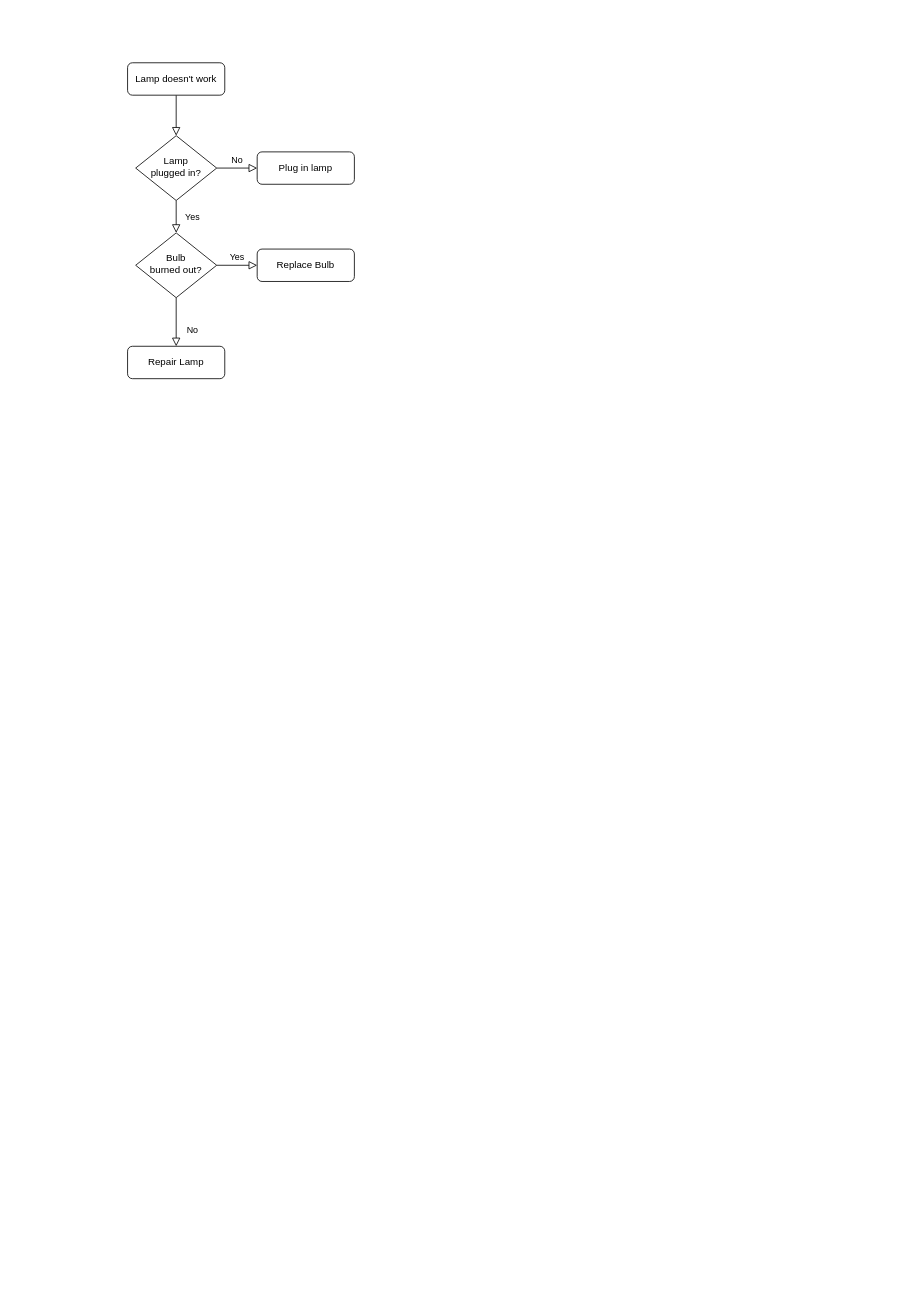
Above: 调课.drawio in innocence23/diagrams (draw.io), before the change. Source tidied: cells renumbered, new cells numbered last; positions are measured from the earlier drawing's top-left corner, leaving out a move shared by most shapes. Both pictures are drawn from the tidied source at 81%, with x=0, y=0 at pixel (127, 62).
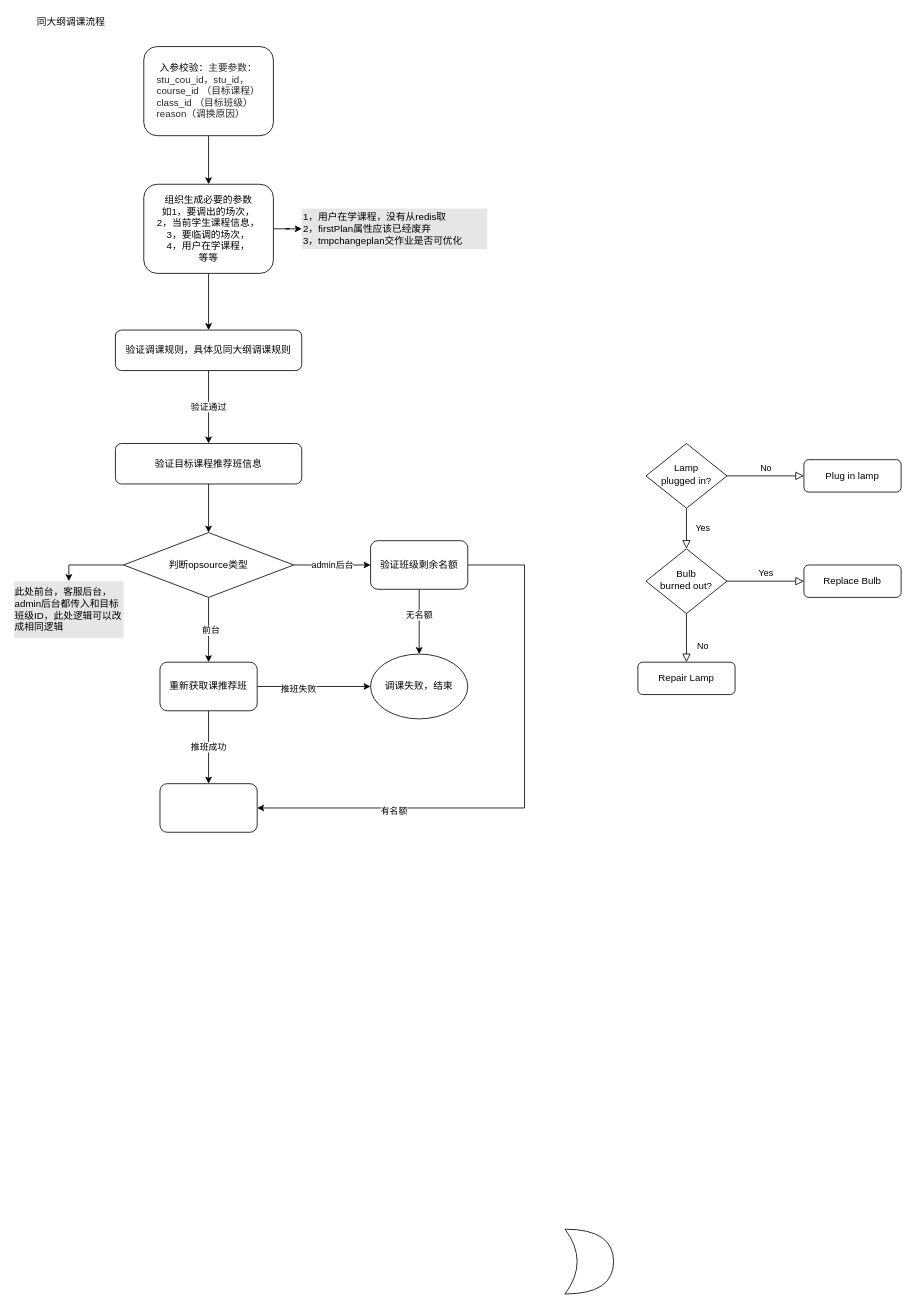
The same diagram, later.

Change to the diagram source:
```diff
@@
-    <mxCell id="2" style="rounded=0;html=1;jettySize=auto;fontSize=11;endArrow=block;endFill=0;endSize=8;strokeWidth=1;shadow=0;labelBackgroundColor=none;edgeStyle=orthogonalEdgeStyle;" parent="1" edge="1" source="3" target="6">
-      <mxGeometry relative="1" as="geometry" />
-    </mxCell>
+    <mxCell id="13" style="edgeStyle=orthogonalEdgeStyle;rounded=0;jettySize=auto;html=1;" parent="1" edge="1" source="3" target="17">
+      <mxGeometry relative="1" as="geometry" />
+    </mxCell>
-    <mxCell id="3" value="Lamp doesn't work" style="rounded=1;whiteSpace=wrap;html=1;fontSize=12;glass=0;strokeWidth=1;shadow=0;" parent="1" vertex="1">
-      <mxGeometry width="120" height="40" as="geometry" />
+    <mxCell id="3" value="&lt;div&gt;&lt;span&gt;入参校验：&lt;/span&gt;&lt;span style=&quot;color: rgba(0 , 0 , 0 , 0.847)&quot;&gt;主要参数：&lt;/span&gt;&lt;/div&gt;&lt;div style=&quot;text-align: left ; color: rgba(0 , 0 , 0 , 0.847)&quot;&gt;stu_cou_id，stu_id，&lt;/div&gt;&lt;div style=&quot;text-align: left ; color: rgba(0 , 0 , 0 , 0.847)&quot;&gt;course_id （目标课程）&lt;/div&gt;&lt;div style=&quot;text-align: left ; color: rgba(0 , 0 , 0 , 0.847)&quot;&gt;class_id （目标班级）&lt;/div&gt;&lt;div style=&quot;text-align: left ; color: rgba(0 , 0 , 0 , 0.847)&quot;&gt;reason（调换原因）&lt;/div&gt;" style="rounded=1;whiteSpace=wrap;html=1;fontSize=12;glass=0;strokeWidth=1;shadow=0;align=center;" parent="1" vertex="1">
+      <mxGeometry x="20" y="-20" width="160" height="110" as="geometry" />
     </mxCell>
@@
     <mxCell id="6" value="Lamp&lt;br&gt;plugged in?" style="rhombus;whiteSpace=wrap;html=1;shadow=0;fontFamily=Helvetica;fontSize=12;align=center;strokeWidth=1;spacing=6;spacingTop=-4;" parent="1" vertex="1">
-      <mxGeometry x="10" y="90" width="100" height="80" as="geometry" />
+      <mxGeometry x="640" y="470" width="100" height="80" as="geometry" />
     </mxCell>
     <mxCell id="7" value="Plug in lamp" style="rounded=1;whiteSpace=wrap;html=1;fontSize=12;glass=0;strokeWidth=1;shadow=0;" parent="1" vertex="1">
-      <mxGeometry x="160" y="110" width="120" height="40" as="geometry" />
+      <mxGeometry x="835" y="490" width="120" height="40" as="geometry" />
     </mxCell>
@@
     <mxCell id="10" value="Bulb&lt;br&gt;burned out?" style="rhombus;whiteSpace=wrap;html=1;shadow=0;fontFamily=Helvetica;fontSize=12;align=center;strokeWidth=1;spacing=6;spacingTop=-4;" parent="1" vertex="1">
-      <mxGeometry x="10" y="210" width="100" height="80" as="geometry" />
+      <mxGeometry x="640" y="600" width="100" height="80" as="geometry" />
     </mxCell>
     <mxCell id="11" value="Repair Lamp" style="rounded=1;whiteSpace=wrap;html=1;fontSize=12;glass=0;strokeWidth=1;shadow=0;" parent="1" vertex="1">
-      <mxGeometry y="350" width="120" height="40" as="geometry" />
+      <mxGeometry x="630" y="740" width="120" height="40" as="geometry" />
     </mxCell>
     <mxCell id="12" value="Replace Bulb" style="rounded=1;whiteSpace=wrap;html=1;fontSize=12;glass=0;strokeWidth=1;shadow=0;" parent="1" vertex="1">
-      <mxGeometry x="160" y="230" width="120" height="40" as="geometry" />
+      <mxGeometry x="835" y="620" width="120" height="40" as="geometry" />
     </mxCell>
+    <mxCell id="14" value="同大纲调课流程" style="text;html=1;align=center;verticalAlign=middle;" parent="1" vertex="1">
+      <mxGeometry x="-120" y="-60" width="100" height="20" as="geometry" />
+    </mxCell>
+    <mxCell id="15" style="edgeStyle=orthogonalEdgeStyle;rounded=0;jettySize=auto;html=1;" parent="1" edge="1" source="17" target="19">
+      <mxGeometry relative="1" as="geometry" />
+    </mxCell>
+    <mxCell id="16" style="edgeStyle=orthogonalEdgeStyle;rounded=0;jettySize=auto;html=1;exitX=1;exitY=0.5;exitDx=0;exitDy=0;" parent="1" edge="1" source="17" target="20">
+      <mxGeometry relative="1" as="geometry" />
+    </mxCell>
+    <mxCell id="17" value="组织生成必要的参数&lt;br&gt;如1，要调出的场次，&lt;br&gt;2，当前学生课程信息，&lt;br&gt;3，要临调的场次，&lt;br&gt;4，用户在学课程，&lt;br&gt;等等" style="rounded=1;whiteSpace=wrap;html=1;fontSize=12;glass=0;strokeWidth=1;shadow=0;align=center;" parent="1" vertex="1">
+      <mxGeometry x="20" y="150" width="160" height="110" as="geometry" />
+    </mxCell>
+    <mxCell id="18" value="验证通过" style="edgeStyle=orthogonalEdgeStyle;rounded=0;jettySize=auto;html=1;" parent="1" edge="1" source="19" target="22">
+      <mxGeometry relative="1" as="geometry">
+        <Array as="points">
+          <mxPoint x="100" y="420" />
+          <mxPoint x="100" y="420" />
+        </Array>
+      </mxGeometry>
+    </mxCell>
+    <mxCell id="19" value="&lt;div style=&quot;text-align: center&quot;&gt;&lt;span style=&quot;text-align: left&quot;&gt;验证调课规则，具体见同大纲调课规则&lt;/span&gt;&lt;br&gt;&lt;/div&gt;" style="rounded=1;whiteSpace=wrap;html=1;fontSize=12;glass=0;strokeWidth=1;shadow=0;align=center;" parent="1" vertex="1">
+      <mxGeometry x="-15" y="330" width="230" height="50" as="geometry" />
+    </mxCell>
+    <mxCell id="20" value="1，用户在学课程，没有从redis取&lt;br&gt;2，firstPlan属性应该已经废弃&lt;br&gt;&lt;div&gt;&lt;span&gt;3，tmpchangeplan交作业是否可优化&lt;/span&gt;&lt;/div&gt;" style="text;html=1;strokeColor=none;fillColor=#E6E6E6;align=left;verticalAlign=middle;whiteSpace=wrap;rounded=0;" parent="1" vertex="1">
+      <mxGeometry x="215" y="180" width="229" height="50" as="geometry" />
+    </mxCell>
+    <mxCell id="21" style="edgeStyle=orthogonalEdgeStyle;rounded=0;jettySize=auto;html=1;" parent="1" edge="1" source="22" target="27">
+      <mxGeometry relative="1" as="geometry" />
+    </mxCell>
+    <mxCell id="22" value="&lt;div style=&quot;text-align: left&quot;&gt;验证目标课程推荐班信息&lt;/div&gt;" style="rounded=1;whiteSpace=wrap;html=1;fontSize=12;glass=0;strokeWidth=1;shadow=0;align=center;" parent="1" vertex="1">
+      <mxGeometry x="-15" y="470" width="230" height="50" as="geometry" />
+    </mxCell>
+    <mxCell id="23" style="edgeStyle=orthogonalEdgeStyle;rounded=0;jettySize=auto;html=1;entryX=0.5;entryY=0;entryDx=0;entryDy=0;" parent="1" edge="1" source="27" target="36">
+      <mxGeometry relative="1" as="geometry" />
+    </mxCell>
+    <mxCell id="24" value="前台" style="edgeLabel;html=1;align=center;verticalAlign=middle;" parent="23" vertex="1">
+      <mxGeometry y="2" relative="1" as="geometry" />
+    </mxCell>
+    <mxCell id="25" value="admin后台" style="edgeStyle=orthogonalEdgeStyle;rounded=0;jettySize=auto;html=1;exitX=1;exitY=0.5;exitDx=0;exitDy=0;entryX=0;entryY=0.5;entryDx=0;entryDy=0;" parent="1" edge="1" source="27" target="32">
+      <mxGeometry relative="1" as="geometry" />
+    </mxCell>
+    <mxCell id="26" style="edgeStyle=orthogonalEdgeStyle;rounded=0;jettySize=auto;html=1;exitX=0;exitY=0.5;exitDx=0;exitDy=0;entryX=0.5;entryY=0;entryDx=0;entryDy=0;" parent="1" edge="1" source="27" target="40">
+      <mxGeometry relative="1" as="geometry" />
+    </mxCell>
+    <mxCell id="27" value="判断opsource类型" style="rhombus;whiteSpace=wrap;html=1;" parent="1" vertex="1">
+      <mxGeometry x="-5" y="580" width="210" height="80" as="geometry" />
+    </mxCell>
+    <mxCell id="28" style="edgeStyle=orthogonalEdgeStyle;rounded=0;jettySize=auto;html=1;entryX=1;entryY=0.5;entryDx=0;entryDy=0;" parent="1" edge="1" source="32" target="37">
+      <mxGeometry relative="1" as="geometry">
+        <Array as="points">
+          <mxPoint x="490" y="620" />
+          <mxPoint x="490" y="920" />
+        </Array>
+      </mxGeometry>
+    </mxCell>
+    <mxCell id="29" value="有名额" style="edgeLabel;html=1;align=center;verticalAlign=middle;" parent="28" vertex="1">
+      <mxGeometry x="0.52" y="3" relative="1" as="geometry" />
+    </mxCell>
+    <mxCell id="30" style="edgeStyle=orthogonalEdgeStyle;rounded=0;jettySize=auto;html=1;entryX=0.5;entryY=0;entryDx=0;entryDy=0;" parent="1" edge="1" source="32" target="38">
+      <mxGeometry relative="1" as="geometry" />
+    </mxCell>
+    <mxCell id="31" value="无名额" style="edgeLabel;html=1;align=center;verticalAlign=middle;" parent="30" vertex="1">
+      <mxGeometry x="-0.23" y="-1" relative="1" as="geometry" />
+    </mxCell>
+    <mxCell id="32" value="验证班级剩余名额" style="rounded=1;whiteSpace=wrap;html=1;" parent="1" vertex="1">
+      <mxGeometry x="300" y="590" width="120" height="60" as="geometry" />
+    </mxCell>
+    <mxCell id="33" style="edgeStyle=orthogonalEdgeStyle;rounded=0;jettySize=auto;html=1;entryX=0;entryY=0.5;entryDx=0;entryDy=0;" parent="1" edge="1" source="36" target="38">
+      <mxGeometry relative="1" as="geometry" />
+    </mxCell>
+    <mxCell id="34" value="推班失败" style="edgeLabel;html=1;align=center;verticalAlign=middle;" parent="33" vertex="1">
+      <mxGeometry x="-0.29" y="-2" relative="1" as="geometry" />
+    </mxCell>
+    <mxCell id="35" value="推班成功" style="edgeStyle=orthogonalEdgeStyle;rounded=0;jettySize=auto;html=1;" parent="1" edge="1" source="36" target="37">
+      <mxGeometry relative="1" as="geometry" />
+    </mxCell>
+    <mxCell id="36" value="重新获取课推荐班" style="rounded=1;whiteSpace=wrap;html=1;" parent="1" vertex="1">
+      <mxGeometry x="40" y="740" width="120" height="60" as="geometry" />
+    </mxCell>
+    <mxCell id="37" style="rounded=1;whiteSpace=wrap;html=1;" parent="1" vertex="1">
+      <mxGeometry x="40" y="890" width="120" height="60" as="geometry" />
+    </mxCell>
+    <mxCell id="38" value="调课失败，结束" style="ellipse;whiteSpace=wrap;html=1;" parent="1" vertex="1">
+      <mxGeometry x="300" y="730" width="120" height="80" as="geometry" />
+    </mxCell>
+    <mxCell id="39" style="shape=xor;whiteSpace=wrap;html=1;" parent="1" vertex="1">
+      <mxGeometry x="540" y="1440" width="60" height="80" as="geometry" />
+    </mxCell>
+    <mxCell id="40" value="&lt;div style=&quot;text-align: left&quot;&gt;此处前台，客服后台，&lt;/div&gt;&lt;div style=&quot;text-align: left&quot;&gt;admin后台都传入和目标班级ID，此处逻辑可以改成相同逻辑&lt;/div&gt;" style="text;html=1;strokeColor=none;fillColor=#E6E6E6;align=center;verticalAlign=middle;whiteSpace=wrap;rounded=0;" parent="1" vertex="1">
+      <mxGeometry x="-140" y="640" width="135" height="70" as="geometry" />
+    </mxCell>
```
